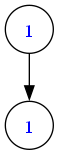
Above: GraficaArbol.png in Javier-201906795/LFP_S2_2023_Proyecto2_201906795 (Graphviz), before the change. Its source is kept beside it as GraficaArbol.dot.
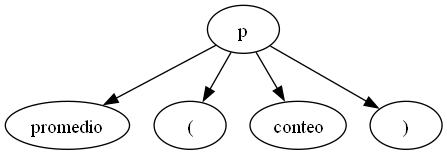
The same file after the commit.

Commit message:
Grafica gramatica p

What changed in the source:
```diff
@@ -1,6 +1,12 @@
 digraph Grafica {
+	x1 [label=p]
+	x2 [label=promedio]
+	x3 [label="("]
+	x4 [label=conteo]
+	x5 [label=")"]
+	x1 -> x2
+	x1 -> x3
+	x1 -> x4
+	x1 -> x5
 	node [fillcolor=white fontcolor=blue shape=circle style=filled]
-	x1 [label=1]
-	x2 [label=1]
-	x1 -> x2
 }
```
